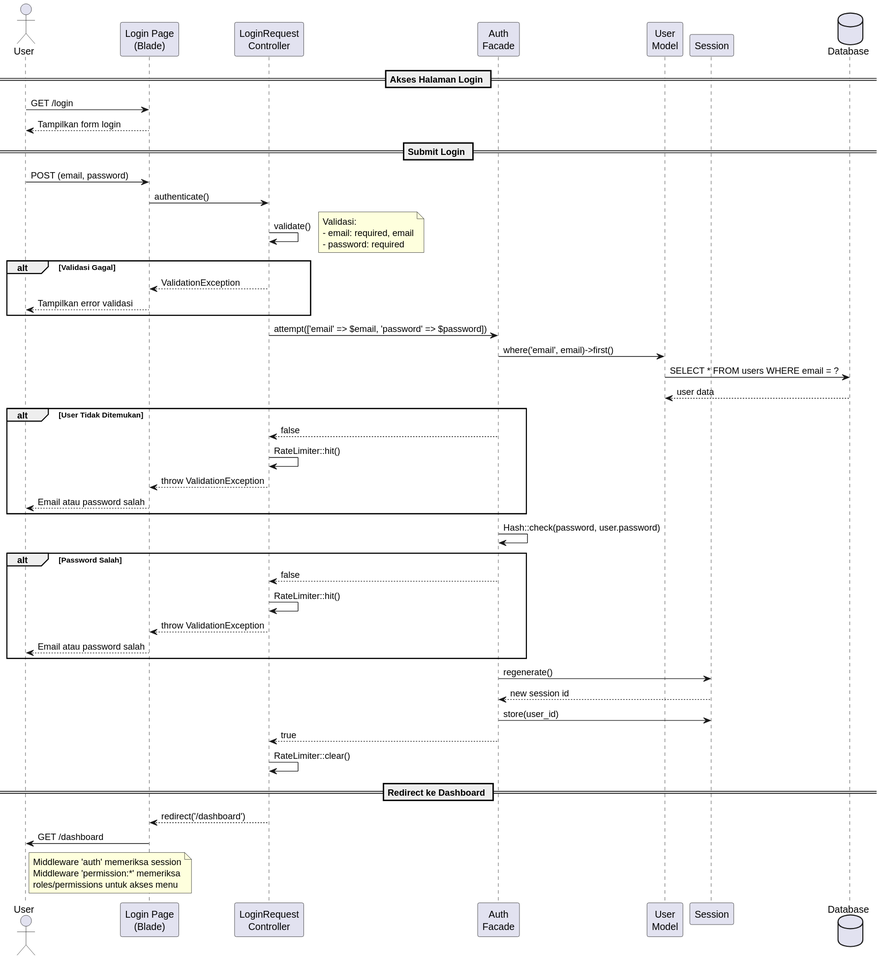
The PlantUML diagram docs/diagrams/svg/sequence/Sequence Diagram - Login.svg in pawon3d/pawon3d, before a commit. Source of this version:
```plantuml
@startuml
actor User
participant "Login Page\n(Blade)" as Login
participant "LoginRequest\nController" as LoginReq
participant "Auth\nFacade" as Auth
participant "User\nModel" as UserModel
participant "Session" as Session
database Database as DB

== Akses Halaman Login ==
User -> Login: GET /login
Login --> User: Tampilkan form login

== Submit Login ==
User -> Login: POST (email, password)
Login -> LoginReq: authenticate()

LoginReq -> LoginReq: validate()
note right
  Validasi:
  - email: required, email
  - password: required
end note

alt Validasi Gagal
    LoginReq --> Login: ValidationException
    Login --> User: Tampilkan error validasi
end

LoginReq -> Auth: attempt(['email' => $email, 'password' => $password])

Auth -> UserModel: where('email', email)->first()
UserModel -> DB: SELECT * FROM users WHERE email = ?
DB --> UserModel: user data

alt User Tidak Ditemukan
    Auth --> LoginReq: false
    LoginReq -> LoginReq: RateLimiter::hit()
    LoginReq --> Login: throw ValidationException
    Login --> User: Email atau password salah
end

Auth -> Auth: Hash::check(password, user.password)

alt Password Salah
    Auth --> LoginReq: false
    LoginReq -> LoginReq: RateLimiter::hit()
    LoginReq --> Login: throw ValidationException
    Login --> User: Email atau password salah
end

Auth -> Session: regenerate()
Session --> Auth: new session id

Auth -> Session: store(user_id)
Auth --> LoginReq: true

LoginReq -> LoginReq: RateLimiter::clear()

== Redirect ke Dashboard ==
LoginReq --> Login: redirect('/dashboard')
Login -> User: GET /dashboard

note right of User
  Middleware 'auth' memeriksa session
  Middleware 'permission:*' memeriksa
  roles/permissions untuk akses menu
end note
@enduml
```
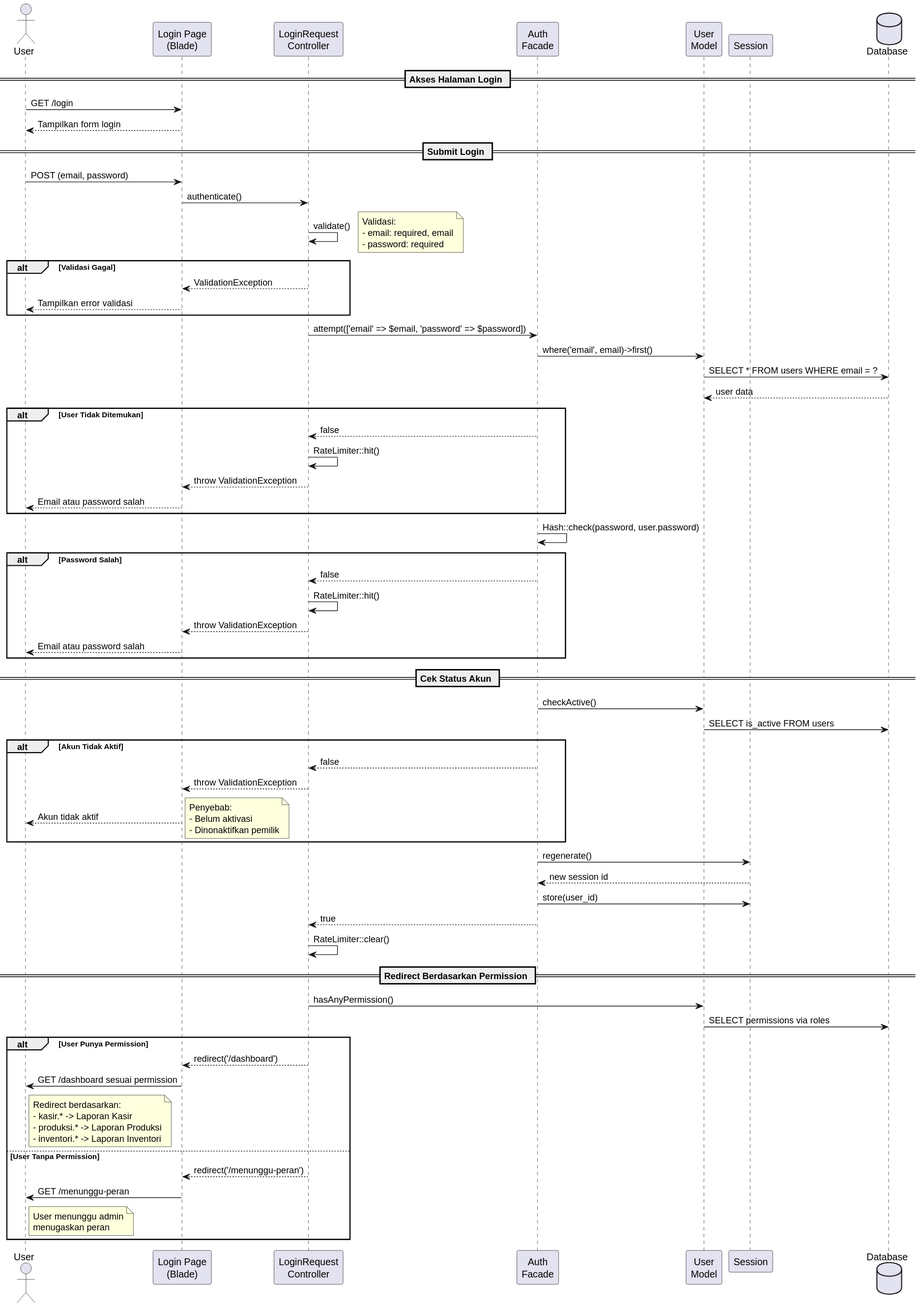
The same diagram one commit later.

Change to the diagram source:
```diff
@@ -49,6 +49,21 @@
     Login --> User: Email atau password salah
 end
 
+== Cek Status Akun ==
+Auth -> UserModel: checkActive()
+UserModel -> DB: SELECT is_active FROM users
+
+alt Akun Tidak Aktif
+    Auth --> LoginReq: false
+    LoginReq --> Login: throw ValidationException
+    Login --> User: Akun tidak aktif
+    note right
+      Penyebab:
+      - Belum aktivasi
+      - Dinonaktifkan pemilik
+    end note
+end
+
 Auth -> Session: regenerate()
 Session --> Auth: new session id
 
@@ -57,13 +72,25 @@
 
 LoginReq -> LoginReq: RateLimiter::clear()
 
-== Redirect ke Dashboard ==
-LoginReq --> Login: redirect('/dashboard')
-Login -> User: GET /dashboard
+== Redirect Berdasarkan Permission ==
+LoginReq -> UserModel: hasAnyPermission()
+UserModel -> DB: SELECT permissions via roles
 
-note right of User
-  Middleware 'auth' memeriksa session
-  Middleware 'permission:*' memeriksa
-  roles/permissions untuk akses menu
-end note
+alt User Punya Permission
+    LoginReq --> Login: redirect('/dashboard')
+    Login -> User: GET /dashboard sesuai permission
+    note right of User
+      Redirect berdasarkan:
+      - kasir.* -> Laporan Kasir
+      - produksi.* -> Laporan Produksi
+      - inventori.* -> Laporan Inventori
+    end note
+else User Tanpa Permission
+    LoginReq --> Login: redirect('/menunggu-peran')
+    Login -> User: GET /menunggu-peran
+    note right of User
+      User menunggu admin
+      menugaskan peran
+    end note
+end
 @enduml
```
